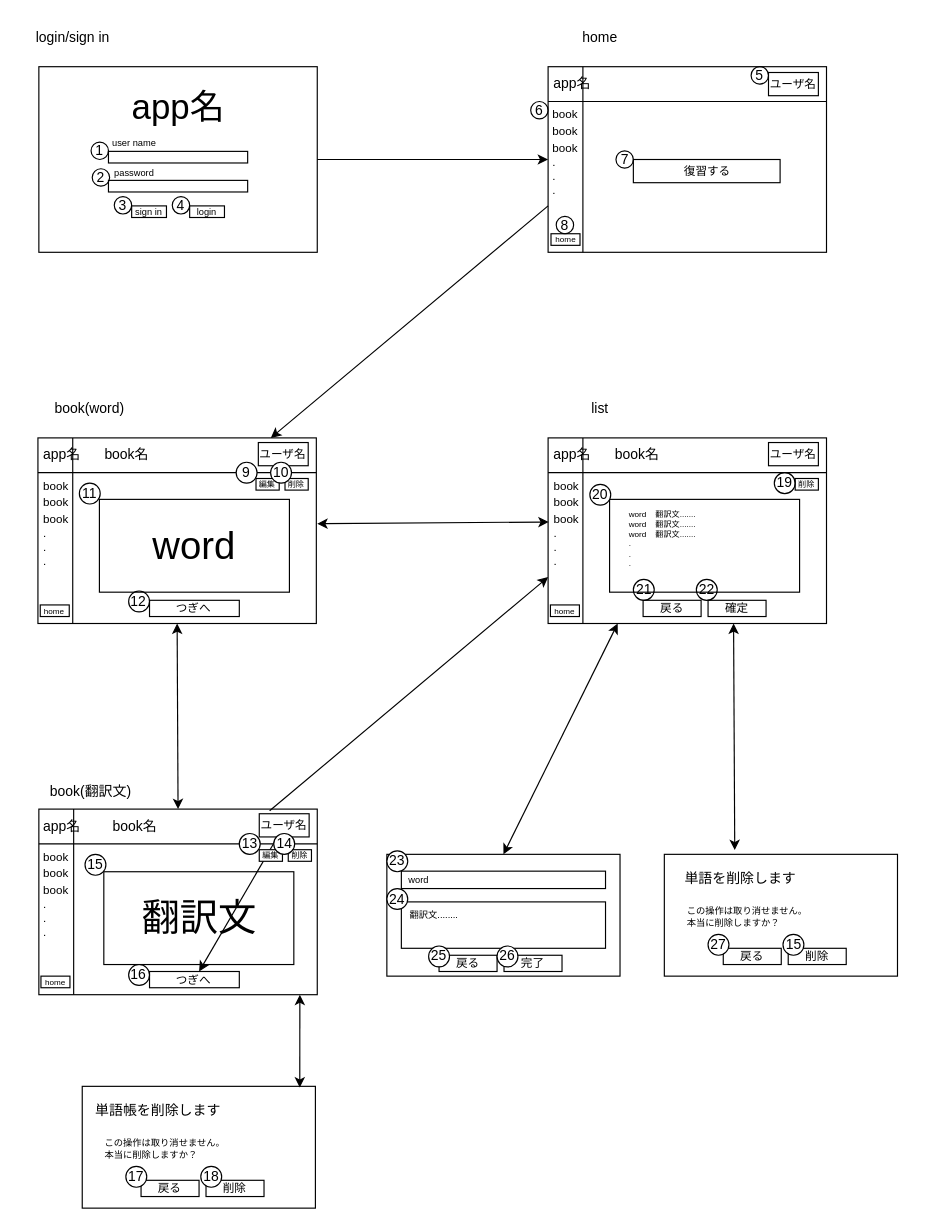
This is 画面遷移図.drawio from hisho-123/my-vocabulary-book, a draw.io file, before an edit. Source tidied: cells renumbered, new cells numbered last; positions are measured from the earlier drawing's top-left corner, leaving out a move shared by most shapes. Both pictures are drawn from the tidied source at 116%, with x=0, y=0 at pixel (29, 20).
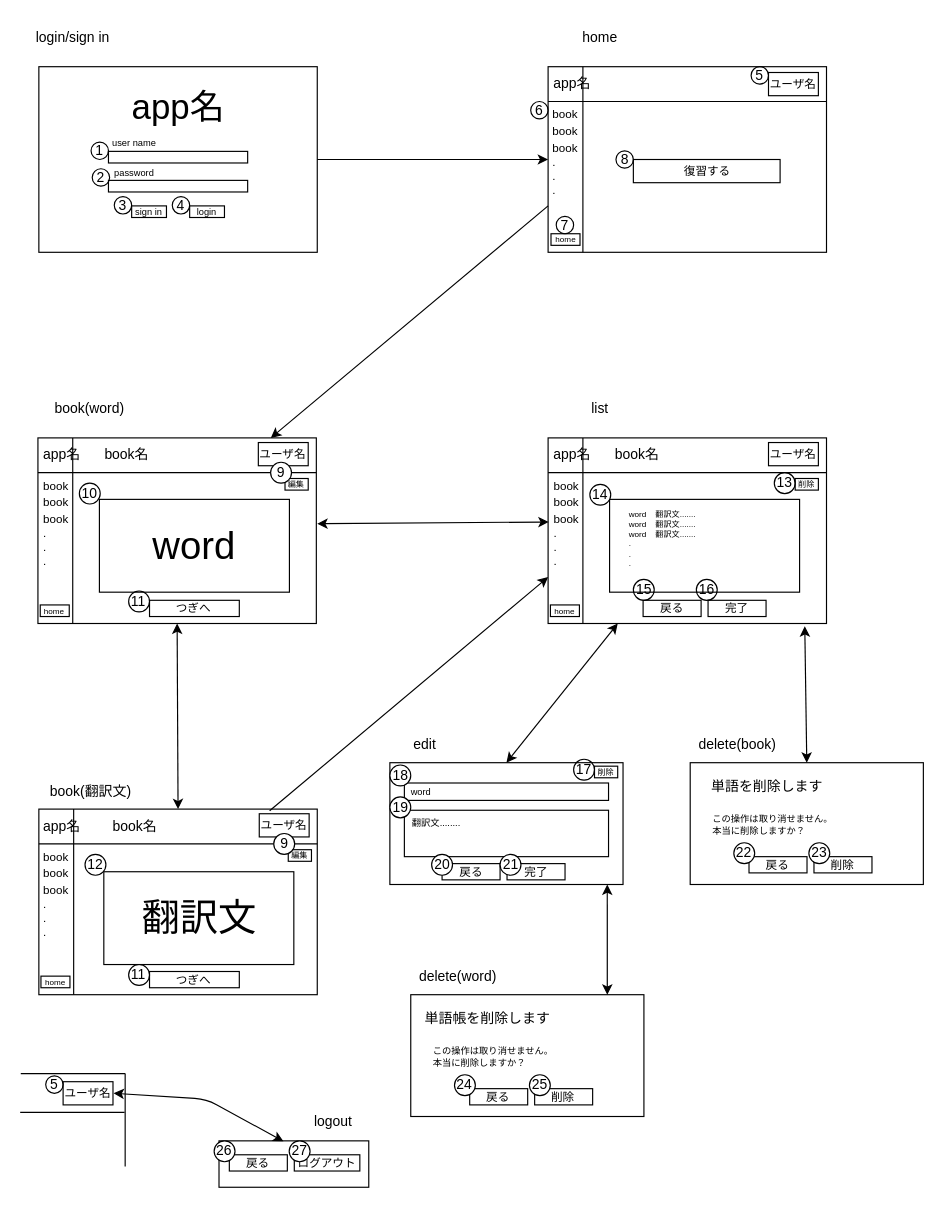
Above is the later version.

Commit message (it also covers changes not shown here):
画面遷移図の説明を追加(#editREADME) 画面遷移図を修正

Unchanged cells that the change refers to:
```xml
<mxCell id="17" value="&lt;font style=&quot;font-size: 10px;&quot;&gt;ユーザ名&lt;/font&gt;" style="text;html=1;strokeColor=default;fillColor=none;align=center;verticalAlign=middle;whiteSpace=wrap;rounded=0;" parent="1" vertex="1">
  <mxGeometry x="198" y="684" width="43" height="20" as="geometry" />
</mxCell>
<mxCell id="39" value="&lt;font style=&quot;font-size: 10px;&quot;&gt;つぎへ&lt;/font&gt;" style="text;html=1;strokeColor=default;fillColor=none;align=center;verticalAlign=middle;whiteSpace=wrap;rounded=0;" parent="1" vertex="1">
  <mxGeometry x="103.4" y="820" width="77.4" height="14" as="geometry" />
</mxCell>
<mxCell id="41" style="shape=internalStorage;whiteSpace=wrap;html=1;backgroundOutline=1;dx=30;dy=30;" parent="1" vertex="1">
  <mxGeometry x="447" y="360" width="240" height="160" as="geometry" />
</mxCell>
```

The edit, as a diff of the source:
```diff
@@
+    <mxCell id="106" style="rounded=0;whiteSpace=wrap;html=1;" parent="1" vertex="1">
+      <mxGeometry x="163.3" y="966" width="129.1" height="40" as="geometry" />
+    </mxCell>
@@
-    <mxCell id="16" style="edgeStyle=none;html=1;" parent="1" edge="1" source="17" target="39">
-      <mxGeometry relative="1" as="geometry" />
-    </mxCell>
@@
-    <mxCell id="37" value="&lt;font style=&quot;font-size: 7px;&quot;&gt;編集&lt;/font&gt;" style="rounded=0;whiteSpace=wrap;html=1;spacingTop=-3;" parent="1" vertex="1">
-      <mxGeometry x="198" y="715" width="20" height="10" as="geometry" />
-    </mxCell>
-    <mxCell id="38" value="&lt;font style=&quot;font-size: 7px;&quot;&gt;削除&lt;/font&gt;" style="rounded=0;whiteSpace=wrap;html=1;spacingTop=-3;" parent="1" vertex="1">
+    <mxCell id="38" value="&lt;font style=&quot;font-size: 7px;&quot;&gt;編集&lt;/font&gt;" style="rounded=0;whiteSpace=wrap;html=1;spacingTop=-3;" parent="1" vertex="1">
       <mxGeometry x="223" y="715" width="20" height="10" as="geometry" />
     </mxCell>
@@
-    <mxCell id="50" value="&lt;span style=&quot;font-size: 10px;&quot;&gt;確定&lt;/span&gt;" style="text;html=1;strokeColor=default;fillColor=none;align=center;verticalAlign=middle;whiteSpace=wrap;rounded=0;" parent="1" vertex="1">
+    <mxCell id="50" value="&lt;span style=&quot;font-size: 10px;&quot;&gt;完了&lt;/span&gt;" style="text;html=1;strokeColor=default;fillColor=none;align=center;verticalAlign=middle;whiteSpace=wrap;rounded=0;" parent="1" vertex="1">
       <mxGeometry x="584.9" y="500" width="50" height="14" as="geometry" />
     </mxCell>
@@
     <mxCell id="52" style="rounded=0;whiteSpace=wrap;html=1;fontSize=7;fillColor=none;" parent="1" vertex="1">
-      <mxGeometry x="308" y="719" width="201" height="105" as="geometry" />
+      <mxGeometry x="310.6" y="640" width="201" height="105" as="geometry" />
     </mxCell>
     <mxCell id="53" value="word" style="rounded=0;whiteSpace=wrap;html=1;fontSize=8;fillColor=none;align=left;spacingLeft=4;" parent="1" vertex="1">
-      <mxGeometry x="320.5" y="733.5" width="176" height="15" as="geometry" />
+      <mxGeometry x="323.1" y="657.5" width="176" height="15" as="geometry" />
     </mxCell>
     <mxCell id="54" value="翻訳文........" style="rounded=0;whiteSpace=wrap;html=1;fontSize=8;fillColor=none;align=left;spacingLeft=5;verticalAlign=top;" parent="1" vertex="1">
-      <mxGeometry x="320.5" y="760" width="176" height="40" as="geometry" />
+      <mxGeometry x="323.1" y="681" width="176" height="40" as="geometry" />
     </mxCell>
     <mxCell id="55" style="rounded=0;whiteSpace=wrap;html=1;fontSize=7;fillColor=none;" parent="1" vertex="1">
-      <mxGeometry x="547.2" y="719" width="201" height="105" as="geometry" />
+      <mxGeometry x="569.5" y="640" width="201" height="105" as="geometry" />
     </mxCell>
     <mxCell id="56" value="&lt;font style=&quot;font-size: 12px;&quot;&gt;単語を削除します&lt;/font&gt;" style="text;html=1;strokeColor=none;fillColor=none;align=center;verticalAlign=middle;whiteSpace=wrap;rounded=0;fontSize=8;" parent="1" vertex="1">
-      <mxGeometry x="547.2" y="725" width="131.8" height="30" as="geometry" />
+      <mxGeometry x="569.5" y="646" width="131.8" height="30" as="geometry" />
     </mxCell>
@@
     <mxCell id="58" value="この操作は取り消せません。&lt;br&gt;本当に削除しますか？" style="rounded=0;whiteSpace=wrap;html=1;fontSize=8;fillColor=none;align=left;spacingLeft=5;verticalAlign=top;strokeColor=none;" parent="1" vertex="1">
-      <mxGeometry x="559.8" y="756.5" width="176" height="30" as="geometry" />
+      <mxGeometry x="582" y="677.5" width="176" height="30" as="geometry" />
     </mxCell>
     <mxCell id="59" value="&lt;span style=&quot;font-size: 10px;&quot;&gt;戻る&lt;/span&gt;" style="text;html=1;strokeColor=default;fillColor=none;align=center;verticalAlign=middle;whiteSpace=wrap;rounded=0;" parent="1" vertex="1">
-      <mxGeometry x="598" y="800" width="50" height="14" as="geometry" />
+      <mxGeometry x="620.2" y="721" width="50" height="14" as="geometry" />
     </mxCell>
     <mxCell id="60" value="&lt;span style=&quot;font-size: 10px;&quot;&gt;削除&lt;/span&gt;" style="text;html=1;strokeColor=default;fillColor=none;align=center;verticalAlign=middle;whiteSpace=wrap;rounded=0;" parent="1" vertex="1">
-      <mxGeometry x="654" y="800" width="50" height="14" as="geometry" />
+      <mxGeometry x="676.2" y="721" width="50" height="14" as="geometry" />
     </mxCell>
-    <mxCell id="61" style="endArrow=classic;startArrow=classic;html=1;fontSize=12;exitX=0.302;exitY=-0.035;exitDx=0;exitDy=0;exitPerimeter=0;" parent="1" edge="1" source="55">
-      <mxGeometry relative="1" as="geometry">
-        <mxPoint x="606.9" y="520" as="targetPoint" />
-      </mxGeometry>
+    <mxCell id="61" style="endArrow=classic;startArrow=classic;html=1;fontSize=12;exitX=0.5;exitY=0;exitDx=0;exitDy=0;entryX=0.922;entryY=1.015;entryDx=0;entryDy=0;entryPerimeter=0;" parent="1" edge="1" source="55" target="41">
+      <mxGeometry relative="1" as="geometry" />
     </mxCell>
@@
     <mxCell id="68" value="&lt;span style=&quot;font-size: 10px;&quot;&gt;戻る&lt;/span&gt;" style="text;html=1;strokeColor=default;fillColor=none;align=center;verticalAlign=middle;whiteSpace=wrap;rounded=0;" parent="1" vertex="1">
-      <mxGeometry x="353" y="806" width="50" height="14" as="geometry" />
+      <mxGeometry x="355.6" y="727" width="50" height="14" as="geometry" />
     </mxCell>
     <mxCell id="69" value="&lt;span style=&quot;font-size: 10px;&quot;&gt;完了&lt;/span&gt;" style="text;html=1;strokeColor=default;fillColor=none;align=center;verticalAlign=middle;whiteSpace=wrap;rounded=0;" parent="1" vertex="1">
-      <mxGeometry x="409" y="806" width="50" height="14" as="geometry" />
+      <mxGeometry x="411.6" y="727" width="50" height="14" as="geometry" />
     </mxCell>
@@
-    <mxCell id="76" value="7" style="ellipse;whiteSpace=wrap;html=1;fontSize=12;fillColor=none;" parent="1" vertex="1">
+    <mxCell id="76" value="8" style="ellipse;whiteSpace=wrap;html=1;fontSize=12;fillColor=none;" parent="1" vertex="1">
       <mxGeometry x="505.5" y="112.5" width="15" height="15" as="geometry" />
     </mxCell>
-    <mxCell id="77" value="8" style="ellipse;whiteSpace=wrap;html=1;fontSize=12;fillColor=none;" parent="1" vertex="1">
+    <mxCell id="77" value="7" style="ellipse;whiteSpace=wrap;html=1;fontSize=12;fillColor=none;" parent="1" vertex="1">
       <mxGeometry x="454" y="169" width="15" height="15" as="geometry" />
     </mxCell>
-    <mxCell id="78" value="11" style="ellipse;whiteSpace=wrap;html=1;fontSize=12;fillColor=none;" parent="1" vertex="1">
+    <mxCell id="78" value="10" style="ellipse;whiteSpace=wrap;html=1;fontSize=12;fillColor=none;" parent="1" vertex="1">
       <mxGeometry x="42.9" y="399" width="18" height="18" as="geometry" />
     </mxCell>
-    <mxCell id="79" value="12" style="ellipse;whiteSpace=wrap;html=1;fontSize=12;fillColor=none;" parent="1" vertex="1">
+    <mxCell id="79" value="11" style="ellipse;whiteSpace=wrap;html=1;fontSize=12;fillColor=none;" parent="1" vertex="1">
       <mxGeometry x="85.4" y="492" width="18" height="18" as="geometry" />
     </mxCell>
-    <mxCell id="80" value="20" style="ellipse;whiteSpace=wrap;html=1;fontSize=12;fillColor=none;" parent="1" vertex="1">
+    <mxCell id="80" value="14" style="ellipse;whiteSpace=wrap;html=1;fontSize=12;fillColor=none;" parent="1" vertex="1">
       <mxGeometry x="483" y="400" width="18" height="18" as="geometry" />
     </mxCell>
-    <mxCell id="81" value="19" style="ellipse;whiteSpace=wrap;html=1;fontSize=12;fillColor=none;" parent="1" vertex="1">
+    <mxCell id="81" value="13" style="ellipse;whiteSpace=wrap;html=1;fontSize=12;fillColor=none;" parent="1" vertex="1">
       <mxGeometry x="642" y="390" width="18" height="18" as="geometry" />
     </mxCell>
-    <mxCell id="82" value="21" style="ellipse;whiteSpace=wrap;html=1;fontSize=12;fillColor=none;" parent="1" vertex="1">
+    <mxCell id="82" value="15" style="ellipse;whiteSpace=wrap;html=1;fontSize=12;fillColor=none;" parent="1" vertex="1">
       <mxGeometry x="520.5" y="482" width="18" height="18" as="geometry" />
     </mxCell>
-    <mxCell id="83" value="22" style="ellipse;whiteSpace=wrap;html=1;fontSize=12;fillColor=none;" parent="1" vertex="1">
+    <mxCell id="83" value="16" style="ellipse;whiteSpace=wrap;html=1;fontSize=12;fillColor=none;" parent="1" vertex="1">
       <mxGeometry x="574.8" y="482" width="18" height="18" as="geometry" />
     </mxCell>
-    <mxCell id="84" value="15" style="ellipse;whiteSpace=wrap;html=1;fontSize=12;fillColor=none;" parent="1" vertex="1">
+    <mxCell id="84" value="12" style="ellipse;whiteSpace=wrap;html=1;fontSize=12;fillColor=none;" parent="1" vertex="1">
       <mxGeometry x="47.8" y="719" width="18" height="18" as="geometry" />
     </mxCell>
-    <mxCell id="85" value="16" style="ellipse;whiteSpace=wrap;html=1;fontSize=12;fillColor=none;" parent="1" vertex="1">
+    <mxCell id="85" value="11" style="ellipse;whiteSpace=wrap;html=1;fontSize=12;fillColor=none;" parent="1" vertex="1">
       <mxGeometry x="85.4" y="814" width="18" height="18" as="geometry" />
     </mxCell>
-    <mxCell id="86" value="13" style="ellipse;whiteSpace=wrap;html=1;fontSize=12;fillColor=default;" parent="1" vertex="1">
-      <mxGeometry x="180.8" y="701" width="18" height="18" as="geometry" />
-    </mxCell>
-    <mxCell id="87" value="14" style="ellipse;whiteSpace=wrap;html=1;fontSize=12;fillColor=default;" parent="1" vertex="1">
+    <mxCell id="87" value="9" style="ellipse;whiteSpace=wrap;html=1;fontSize=12;fillColor=default;" parent="1" vertex="1">
       <mxGeometry x="210.5" y="701" width="18" height="18" as="geometry" />
     </mxCell>
-    <mxCell id="88" value="23" style="ellipse;whiteSpace=wrap;html=1;fontSize=12;fillColor=default;" parent="1" vertex="1">
-      <mxGeometry x="308" y="716" width="18" height="18" as="geometry" />
+    <mxCell id="88" value="18" style="ellipse;whiteSpace=wrap;html=1;fontSize=12;fillColor=default;" parent="1" vertex="1">
+      <mxGeometry x="310.6" y="642" width="18" height="18" as="geometry" />
     </mxCell>
-    <mxCell id="89" value="24" style="ellipse;whiteSpace=wrap;html=1;fontSize=12;fillColor=default;" parent="1" vertex="1">
-      <mxGeometry x="308" y="748.5" width="18" height="18" as="geometry" />
+    <mxCell id="89" value="19" style="ellipse;whiteSpace=wrap;html=1;fontSize=12;fillColor=default;" parent="1" vertex="1">
+      <mxGeometry x="310.6" y="669.5" width="18" height="18" as="geometry" />
     </mxCell>
-    <mxCell id="90" value="25" style="ellipse;whiteSpace=wrap;html=1;fontSize=12;fillColor=default;" parent="1" vertex="1">
-      <mxGeometry x="344" y="798" width="18" height="18" as="geometry" />
+    <mxCell id="90" value="20" style="ellipse;whiteSpace=wrap;html=1;fontSize=12;fillColor=default;" parent="1" vertex="1">
+      <mxGeometry x="346.6" y="719" width="18" height="18" as="geometry" />
     </mxCell>
-    <mxCell id="91" value="26" style="ellipse;whiteSpace=wrap;html=1;fontSize=12;fillColor=default;" parent="1" vertex="1">
-      <mxGeometry x="403" y="798" width="18" height="18" as="geometry" />
+    <mxCell id="91" value="21" style="ellipse;whiteSpace=wrap;html=1;fontSize=12;fillColor=default;" parent="1" vertex="1">
+      <mxGeometry x="405.6" y="719" width="18" height="18" as="geometry" />
     </mxCell>
-    <mxCell id="92" value="27" style="ellipse;whiteSpace=wrap;html=1;fontSize=12;fillColor=default;" parent="1" vertex="1">
-      <mxGeometry x="584.9" y="788" width="18" height="18" as="geometry" />
+    <mxCell id="92" value="22" style="ellipse;whiteSpace=wrap;html=1;fontSize=12;fillColor=default;" parent="1" vertex="1">
+      <mxGeometry x="607.1" y="709" width="18" height="18" as="geometry" />
     </mxCell>
-    <mxCell id="93" value="&lt;font style=&quot;font-size: 7px;&quot;&gt;編集&lt;/font&gt;" style="rounded=0;whiteSpace=wrap;html=1;spacingTop=-3;" parent="1" vertex="1">
-      <mxGeometry x="195.2" y="395" width="20" height="10" as="geometry" />
-    </mxCell>
-    <mxCell id="94" value="&lt;font style=&quot;font-size: 7px;&quot;&gt;削除&lt;/font&gt;" style="rounded=0;whiteSpace=wrap;html=1;spacingTop=-3;" parent="1" vertex="1">
+    <mxCell id="94" value="&lt;font style=&quot;font-size: 7px;&quot;&gt;編集&lt;/font&gt;" style="rounded=0;whiteSpace=wrap;html=1;spacingTop=-3;" parent="1" vertex="1">
       <mxGeometry x="220.2" y="395" width="20" height="10" as="geometry" />
     </mxCell>
-    <mxCell id="95" value="9" style="ellipse;whiteSpace=wrap;html=1;fontSize=12;fillColor=default;" parent="1" vertex="1">
-      <mxGeometry x="178.1" y="381" width="18" height="18" as="geometry" />
-    </mxCell>
-    <mxCell id="96" value="10" style="ellipse;whiteSpace=wrap;html=1;fontSize=12;fillColor=default;" parent="1" vertex="1">
+    <mxCell id="96" value="9" style="ellipse;whiteSpace=wrap;html=1;fontSize=12;fillColor=default;" parent="1" vertex="1">
       <mxGeometry x="207.8" y="381" width="18" height="18" as="geometry" />
     </mxCell>
-    <mxCell id="97" value="15" style="ellipse;whiteSpace=wrap;html=1;fontSize=12;fillColor=default;" parent="1" vertex="1">
-      <mxGeometry x="649.5" y="788" width="18" height="18" as="geometry" />
+    <mxCell id="97" value="23" style="ellipse;whiteSpace=wrap;html=1;fontSize=12;fillColor=default;" parent="1" vertex="1">
+      <mxGeometry x="671.8" y="709" width="18" height="18" as="geometry" />
     </mxCell>
     <mxCell id="98" style="rounded=0;whiteSpace=wrap;html=1;fontSize=7;fillColor=none;" parent="1" vertex="1">
-      <mxGeometry x="45.4" y="919" width="201" height="105" as="geometry" />
+      <mxGeometry x="328.6" y="840" width="201" height="105" as="geometry" />
     </mxCell>
     <mxCell id="99" value="&lt;font style=&quot;font-size: 12px;&quot;&gt;単語帳を削除します&lt;/font&gt;" style="text;html=1;strokeColor=none;fillColor=none;align=center;verticalAlign=middle;whiteSpace=wrap;rounded=0;fontSize=8;" parent="1" vertex="1">
-      <mxGeometry x="45.4" y="925" width="131.8" height="30" as="geometry" />
+      <mxGeometry x="328.6" y="846" width="131.8" height="30" as="geometry" />
     </mxCell>
     <mxCell id="100" value="この操作は取り消せません。&lt;br&gt;本当に削除しますか？" style="rounded=0;whiteSpace=wrap;html=1;fontSize=8;fillColor=none;align=left;spacingLeft=5;verticalAlign=top;strokeColor=none;" parent="1" vertex="1">
-      <mxGeometry x="57.9" y="956.5" width="176" height="30" as="geometry" />
+      <mxGeometry x="341.1" y="877.5" width="176" height="30" as="geometry" />
     </mxCell>
     <mxCell id="101" value="&lt;span style=&quot;font-size: 10px;&quot;&gt;戻る&lt;/span&gt;" style="text;html=1;strokeColor=default;fillColor=none;align=center;verticalAlign=middle;whiteSpace=wrap;rounded=0;" parent="1" vertex="1">
-      <mxGeometry x="96.1" y="1000" width="50" height="14" as="geometry" />
+      <mxGeometry x="379.4" y="921" width="50" height="14" as="geometry" />
     </mxCell>
     <mxCell id="102" value="&lt;span style=&quot;font-size: 10px;&quot;&gt;削除&lt;/span&gt;" style="text;html=1;strokeColor=default;fillColor=none;align=center;verticalAlign=middle;whiteSpace=wrap;rounded=0;" parent="1" vertex="1">
-      <mxGeometry x="152.1" y="1000" width="50" height="14" as="geometry" />
+      <mxGeometry x="435.4" y="921" width="50" height="14" as="geometry" />
     </mxCell>
-    <mxCell id="103" value="17" style="ellipse;whiteSpace=wrap;html=1;fontSize=12;fillColor=default;" parent="1" vertex="1">
-      <mxGeometry x="83" y="988" width="18" height="18" as="geometry" />
+    <mxCell id="103" value="24" style="ellipse;whiteSpace=wrap;html=1;fontSize=12;fillColor=default;" parent="1" vertex="1">
+      <mxGeometry x="366.3" y="909" width="18" height="18" as="geometry" />
     </mxCell>
-    <mxCell id="104" value="18" style="ellipse;whiteSpace=wrap;html=1;fontSize=12;fillColor=default;" parent="1" vertex="1">
-      <mxGeometry x="147.6" y="988" width="18" height="18" as="geometry" />
+    <mxCell id="104" value="25" style="ellipse;whiteSpace=wrap;html=1;fontSize=12;fillColor=default;" parent="1" vertex="1">
+      <mxGeometry x="430.9" y="909" width="18" height="18" as="geometry" />
     </mxCell>
-    <mxCell id="105" style="endArrow=classic;startArrow=classic;html=1;exitX=0.933;exitY=0.01;exitDx=0;exitDy=0;exitPerimeter=0;" parent="1" edge="1" source="98">
-      <mxGeometry relative="1" as="geometry">
-        <mxPoint x="233" y="840" as="targetPoint" />
-      </mxGeometry>
-    </mxCell>
+    <mxCell id="107" value="&lt;span style=&quot;font-size: 10px;&quot;&gt;戻る&lt;/span&gt;" style="text;html=1;strokeColor=default;fillColor=none;align=center;verticalAlign=middle;whiteSpace=wrap;rounded=0;" parent="1" vertex="1">
+      <mxGeometry x="172.2" y="978" width="50" height="14" as="geometry" />
+    </mxCell>
+    <mxCell id="108" value="&lt;span style=&quot;font-size: 10px;&quot;&gt;ログアウト&lt;/span&gt;" style="text;html=1;strokeColor=default;fillColor=none;align=center;verticalAlign=middle;whiteSpace=wrap;rounded=0;" parent="1" vertex="1">
+      <mxGeometry x="228.2" y="978" width="56.5" height="14" as="geometry" />
+    </mxCell>
+    <mxCell id="109" value="26" style="ellipse;whiteSpace=wrap;html=1;fontSize=12;fillColor=default;" parent="1" vertex="1">
+      <mxGeometry x="159.1" y="966" width="18" height="18" as="geometry" />
+    </mxCell>
+    <mxCell id="110" value="27" style="ellipse;whiteSpace=wrap;html=1;fontSize=12;fillColor=default;" parent="1" vertex="1">
+      <mxGeometry x="223.8" y="966" width="18" height="18" as="geometry" />
+    </mxCell>
+    <mxCell id="111" value="&lt;font style=&quot;font-size: 10px;&quot;&gt;ユーザ名&lt;/font&gt;" style="text;html=1;strokeColor=default;fillColor=none;align=center;verticalAlign=middle;whiteSpace=wrap;rounded=0;" parent="1" vertex="1">
+      <mxGeometry x="28.9" y="915" width="43" height="20" as="geometry" />
+    </mxCell>
+    <mxCell id="112" value="5" style="ellipse;whiteSpace=wrap;html=1;fontSize=12;fillColor=none;" parent="1" vertex="1">
+      <mxGeometry x="13.9" y="910" width="15" height="15" as="geometry" />
+    </mxCell>
+    <mxCell id="113" style="endArrow=classic;startArrow=classic;html=1;entryX=0.43;entryY=0.01;entryDx=0;entryDy=0;entryPerimeter=0;" parent="1" edge="1" target="106">
+      <mxGeometry relative="1" as="geometry">
+        <mxPoint x="72.4" y="925" as="sourcePoint" />
+        <Array as="points">
+          <mxPoint x="152.4" y="930" />
+        </Array>
+      </mxGeometry>
+    </mxCell>
+    <mxCell id="114" style="endArrow=none;html=1;" parent="1" edge="1">
+      <mxGeometry relative="1" as="geometry">
+        <mxPoint x="-7.6" y="908" as="sourcePoint" />
+        <mxPoint x="82.4" y="908" as="targetPoint" />
+      </mxGeometry>
+    </mxCell>
+    <mxCell id="115" style="endArrow=none;html=1;" parent="1" edge="1">
+      <mxGeometry relative="1" as="geometry">
+        <mxPoint x="82.4" y="988" as="sourcePoint" />
+        <mxPoint x="82.4" y="908" as="targetPoint" />
+      </mxGeometry>
+    </mxCell>
+    <mxCell id="116" style="endArrow=none;html=1;" parent="1" edge="1">
+      <mxGeometry relative="1" as="geometry">
+        <mxPoint x="-8.1" y="941.5" as="sourcePoint" />
+        <mxPoint x="81.9" y="941.5" as="targetPoint" />
+      </mxGeometry>
+    </mxCell>
+    <mxCell id="117" value="edit" style="text;html=1;strokeColor=none;fillColor=none;align=center;verticalAlign=middle;whiteSpace=wrap;rounded=0;" parent="1" vertex="1">
+      <mxGeometry x="310.6" y="610" width="60" height="30" as="geometry" />
+    </mxCell>
+    <mxCell id="118" value="delete(book)" style="text;html=1;strokeColor=none;fillColor=none;align=center;verticalAlign=middle;whiteSpace=wrap;rounded=0;" parent="1" vertex="1">
+      <mxGeometry x="569.5" y="610" width="80.8" height="30" as="geometry" />
+    </mxCell>
+    <mxCell id="119" value="logout" style="text;html=1;strokeColor=none;fillColor=none;align=center;verticalAlign=middle;whiteSpace=wrap;rounded=0;" parent="1" vertex="1">
+      <mxGeometry x="232.4" y="935" width="60" height="30" as="geometry" />
+    </mxCell>
+    <mxCell id="120" value="delete(word)" style="text;html=1;strokeColor=none;fillColor=none;align=center;verticalAlign=middle;whiteSpace=wrap;rounded=0;" parent="1" vertex="1">
+      <mxGeometry x="328.6" y="810" width="80.8" height="30" as="geometry" />
+    </mxCell>
+    <mxCell id="121" value="&lt;span style=&quot;font-size: 7px;&quot;&gt;削除&lt;/span&gt;" style="rounded=0;whiteSpace=wrap;html=1;spacingTop=-3;" parent="1" vertex="1">
+      <mxGeometry x="487" y="643" width="20" height="10" as="geometry" />
+    </mxCell>
+    <mxCell id="122" value="17" style="ellipse;whiteSpace=wrap;html=1;fontSize=12;fillColor=none;" parent="1" vertex="1">
+      <mxGeometry x="469" y="637" width="18" height="18" as="geometry" />
+    </mxCell>
+    <mxCell id="123" style="endArrow=classic;startArrow=classic;html=1;exitX=0.843;exitY=0;exitDx=0;exitDy=0;exitPerimeter=0;" parent="1" edge="1" source="98">
+      <mxGeometry relative="1" as="geometry">
+        <mxPoint x="498" y="745" as="targetPoint" />
+      </mxGeometry>
+    </mxCell>
```
